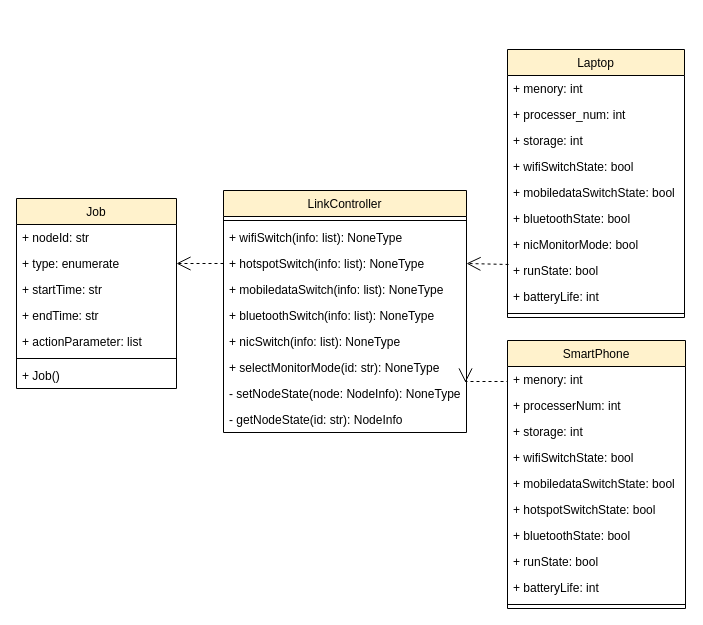
Above: page "类图_链路控制模块" (7 of 12) of 仿真功能模块UML类图.drawio in Icarus1994/neutron_conf (draw.io), before the change. Source tidied: cells renumbered, new cells numbered last; positions are measured from the earlier drawing's top-left corner, leaving out a move shared by most shapes. Both pictures are drawn from the tidied source at 100%, with x=0, y=0 at pixel (16, 49).
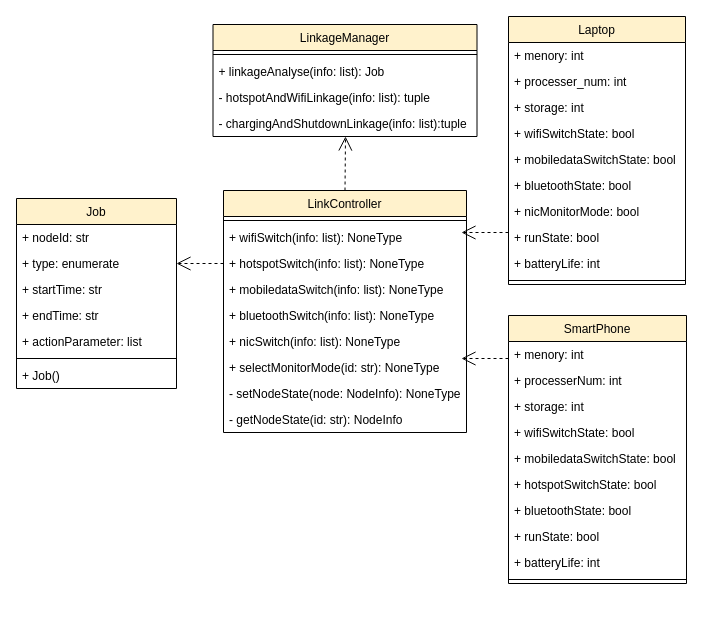
The same diagram, later.

Unchanged cells that the change refers to:
```xml
<mxCell id="2" value="LinkController" style="swimlane;fontStyle=0;align=center;verticalAlign=top;horizontal=1;startSize=26;fillColor=#fff2cc;strokeColor=#000000;" parent="1" vertex="1">
  <mxGeometry x="207" y="141" width="243" height="242" as="geometry" />
</mxCell>
<mxCell id="5" value="+ hotspotSwitch(info: list): NoneType" style="text;strokeColor=none;fillColor=none;align=left;verticalAlign=top;spacingLeft=4;spacingRight=4;overflow=hidden;points=[[0,0.5],[1,0.5]];portConstraint=eastwest;" parent="2" vertex="1">
  <mxGeometry y="60" width="243" height="26" as="geometry" />
</mxCell>
<mxCell id="10" value="- setNodeState(node: NodeInfo): NoneType" style="text;strokeColor=none;fillColor=none;align=left;verticalAlign=top;spacingLeft=4;spacingRight=4;overflow=hidden;points=[[0,0.5],[1,0.5]];portConstraint=eastwest;" parent="2" vertex="1">
  <mxGeometry y="190" width="243" height="26" as="geometry" />
</mxCell>
<mxCell id="24" value="+ menory: int" style="text;strokeColor=none;fillColor=none;align=left;verticalAlign=top;spacingLeft=4;spacingRight=4;overflow=hidden;points=[[0,0.5],[1,0.5]];portConstraint=eastwest;" parent="23" vertex="1">
  <mxGeometry y="26" width="178" height="26" as="geometry" />
</mxCell>
<mxCell id="42" value="+ runState: bool" style="text;strokeColor=none;fillColor=none;align=left;verticalAlign=top;spacingLeft=4;spacingRight=4;overflow=hidden;points=[[0,0.5],[1,0.5]];portConstraint=eastwest;" parent="34" vertex="1">
  <mxGeometry y="208" width="177" height="26" as="geometry" />
</mxCell>
```

Diff of the diagram source:
```diff
@@
-    <mxCell id="21" style="endArrow=open;endSize=12;dashed=1;html=1;edgeStyle=elbowEdgeStyle;rounded=0;exitX=0;exitY=0.5;exitDx=0;exitDy=0;elbow=vertical;entryX=0.996;entryY=0.077;entryDx=0;entryDy=0;entryPerimeter=0;" parent="1" edge="1" source="24" target="10">
-      <mxGeometry relative="1" as="geometry" />
-    </mxCell>
-    <mxCell id="22" style="endArrow=open;endSize=12;dashed=1;html=1;edgeStyle=elbowEdgeStyle;rounded=0;exitX=0.006;exitY=0.269;exitDx=0;exitDy=0;entryX=1;entryY=0.5;entryDx=0;entryDy=0;elbow=vertical;exitPerimeter=0;" parent="1" edge="1" source="42" target="5">
-      <mxGeometry relative="1" as="geometry" />
-    </mxCell>
     <mxCell id="23" value="SmartPhone" style="swimlane;fontStyle=0;align=center;verticalAlign=top;horizontal=1;startSize=26;fillColor=#fff2cc;strokeColor=#000000;" parent="1" vertex="1">
-      <mxGeometry x="491" y="291" width="178" height="268" as="geometry" />
+      <mxGeometry x="492" y="266" width="178" height="268" as="geometry" />
     </mxCell>
@@
     <mxCell id="34" value="Laptop" style="swimlane;fontStyle=0;align=center;verticalAlign=top;horizontal=1;startSize=26;fillColor=#fff2cc;strokeColor=#000000;" parent="1" vertex="1">
-      <mxGeometry x="491" width="177" height="268" as="geometry" />
+      <mxGeometry x="492" y="-33" width="177" height="268" as="geometry" />
     </mxCell>
@@
+    <mxCell id="45" style="endArrow=open;endSize=12;dashed=1;html=1;edgeStyle=elbowEdgeStyle;rounded=0;exitX=0;exitY=0.5;exitDx=0;exitDy=0;" parent="1" edge="1">
+      <mxGeometry relative="1" as="geometry">
+        <mxPoint x="492" y="183" as="sourcePoint" />
+        <mxPoint x="445" y="183" as="targetPoint" />
+      </mxGeometry>
+    </mxCell>
+    <mxCell id="46" value="LinkageManager" style="swimlane;fontStyle=0;align=center;verticalAlign=top;horizontal=1;startSize=26;fillColor=#fff2cc;strokeColor=#000000;" parent="1" vertex="1">
+      <mxGeometry x="196.5" y="-25" width="264" height="112" as="geometry" />
+    </mxCell>
+    <mxCell id="47" style="line;strokeWidth=1;fillColor=none;align=left;verticalAlign=middle;spacingTop=-1;spacingLeft=3;spacingRight=3;labelPosition=right;" parent="46" vertex="1">
+      <mxGeometry y="26" width="264" height="8" as="geometry" />
+    </mxCell>
+    <mxCell id="48" value="+ linkageAnalyse(info: list): Job" style="text;strokeColor=none;fillColor=none;align=left;verticalAlign=top;spacingLeft=4;spacingRight=4;overflow=hidden;" parent="46" vertex="1">
+      <mxGeometry y="34" width="264" height="26" as="geometry" />
+    </mxCell>
+    <mxCell id="49" value="- hotspotAndWifiLinkage(info: list): tuple" style="text;strokeColor=none;fillColor=none;align=left;verticalAlign=top;spacingLeft=4;spacingRight=4;overflow=hidden;" parent="46" vertex="1">
+      <mxGeometry y="60" width="264" height="26" as="geometry" />
+    </mxCell>
+    <mxCell id="50" value="- chargingAndShutdownLinkage(info: list):tuple" style="text;strokeColor=none;fillColor=none;align=left;verticalAlign=top;spacingLeft=4;spacingRight=4;overflow=hidden;points=[[0,0.5],[1,0.5]];portConstraint=eastwest;" parent="46" vertex="1">
+      <mxGeometry y="86" width="264" height="26" as="geometry" />
+    </mxCell>
+    <mxCell id="51" style="endArrow=open;endSize=12;dashed=1;html=1;edgeStyle=elbowEdgeStyle;rounded=0;exitX=0.5;exitY=0;exitDx=0;exitDy=0;" parent="1" edge="1" source="2" target="50">
+      <mxGeometry relative="1" as="geometry" />
+    </mxCell>
+    <mxCell id="52" style="endArrow=open;endSize=12;dashed=1;html=1;edgeStyle=elbowEdgeStyle;rounded=0;exitX=0;exitY=0.5;exitDx=0;exitDy=0;" parent="1" edge="1">
+      <mxGeometry relative="1" as="geometry">
+        <mxPoint x="492" y="309" as="sourcePoint" />
+        <mxPoint x="445" y="309" as="targetPoint" />
+      </mxGeometry>
+    </mxCell>
```
